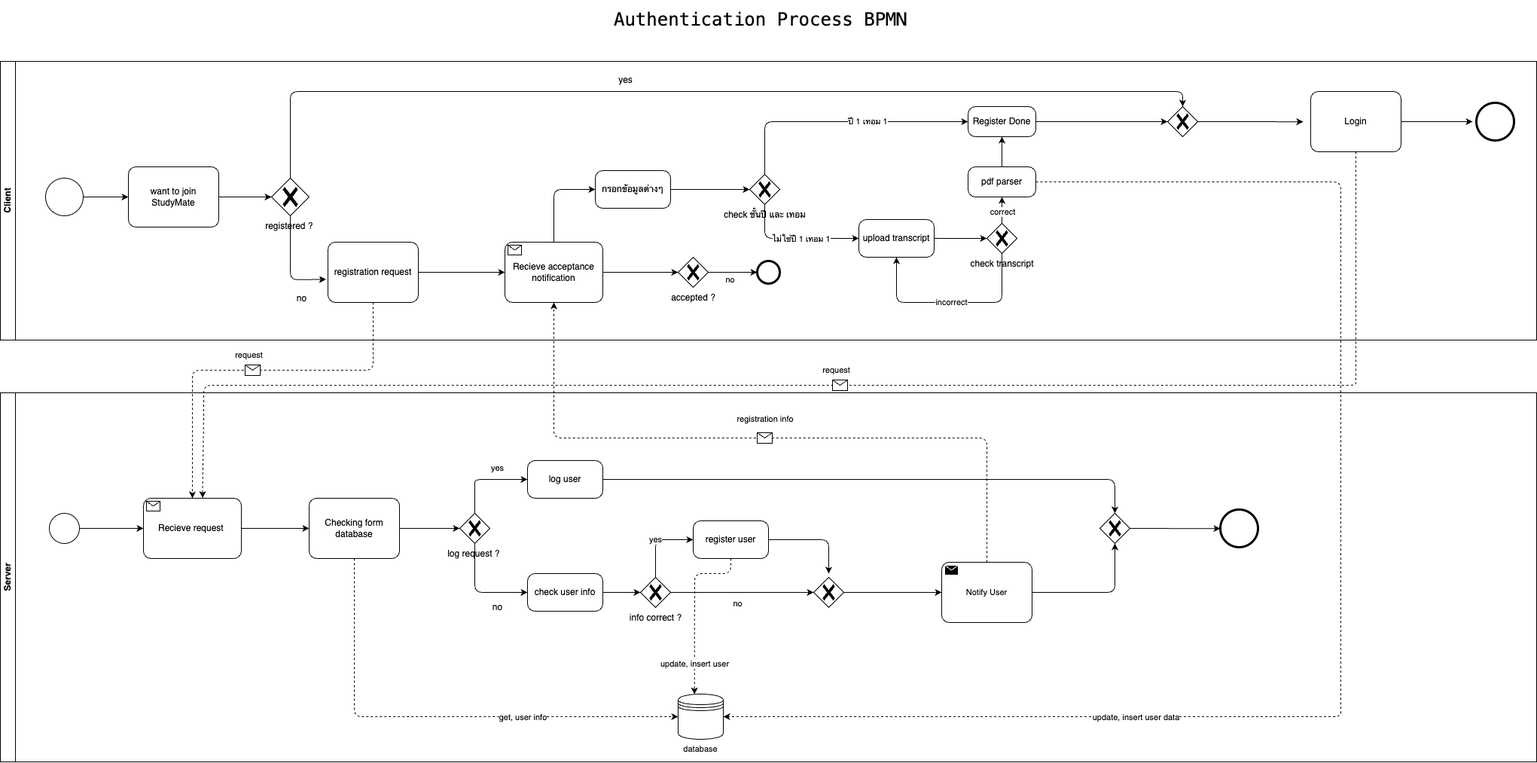
Earlier version of the draw.io export Auth_BPMN.drawio.png (thanatat64/CEPP-BPMN). Source tidied: cells renumbered, new cells last; positions are measured from the earlier drawing's top-left corner, leaving out a move shared by most shapes.
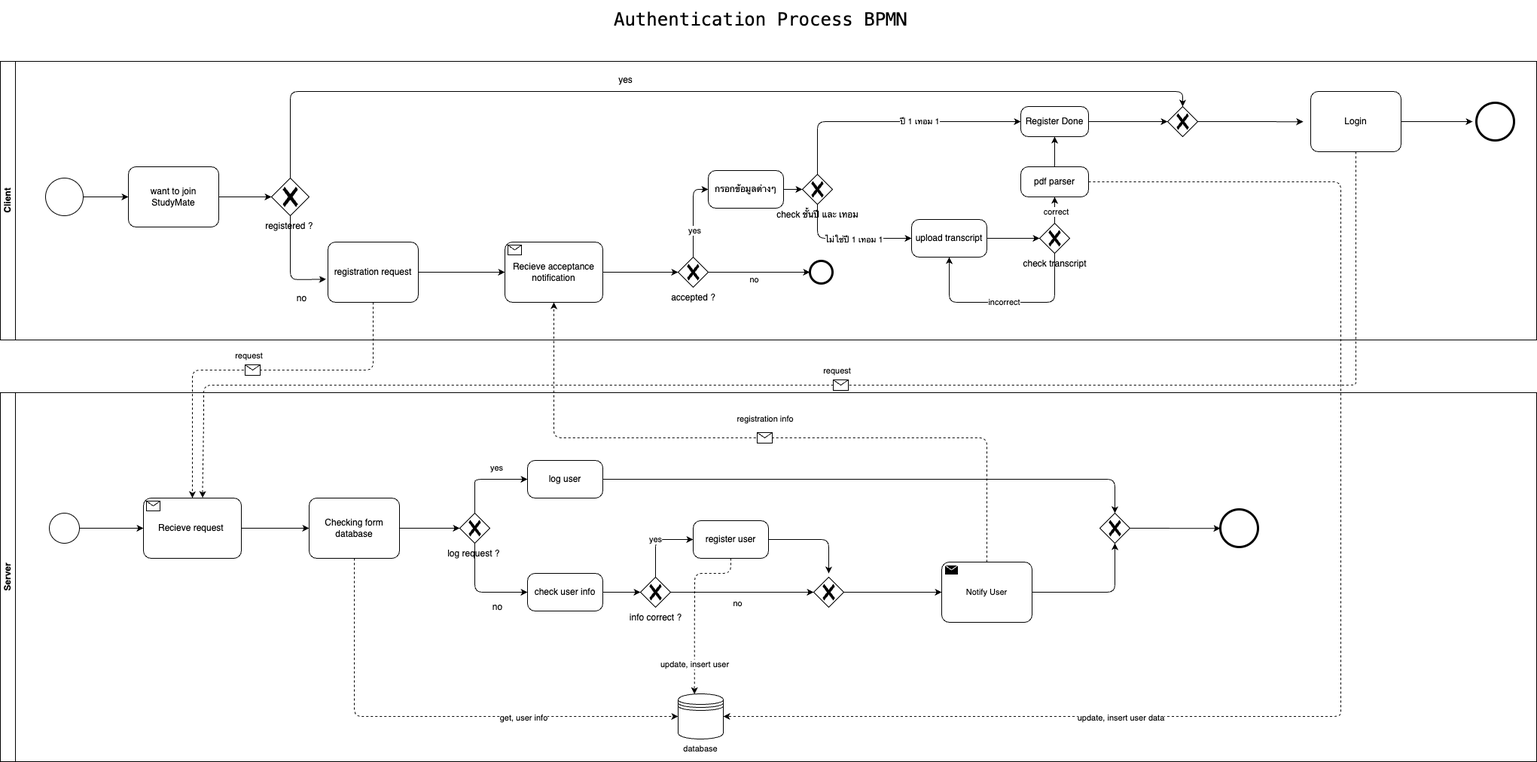
Above is the later version.

Commit message:
update auth bpmn

Change to the diagram source:
```diff
@@ -189,13 +189,16 @@
     <mxCell id="47" style="edgeStyle=none;shape=connector;rounded=1;html=1;exitX=1;exitY=0.5;exitDx=0;exitDy=0;exitPerimeter=0;entryX=0;entryY=0.5;entryDx=0;entryDy=0;entryPerimeter=0;labelBackgroundColor=default;strokeColor=default;fontFamily=Helvetica;fontSize=11;fontColor=default;endArrow=classic;" parent="33" edge="1" source="49" target="51">
       <mxGeometry relative="1" as="geometry" />
     </mxCell>
-    <mxCell id="48" style="edgeStyle=none;shape=connector;rounded=1;html=1;exitX=0.5;exitY=0;exitDx=0;exitDy=0;exitPerimeter=0;entryX=0;entryY=0.5;entryDx=0;entryDy=0;entryPerimeter=0;labelBackgroundColor=default;strokeColor=default;fontFamily=Helvetica;fontSize=11;fontColor=default;endArrow=classic;" parent="33" edge="1" source="49" target="55">
+    <mxCell id="48" style="edgeStyle=none;shape=connector;rounded=1;html=1;exitX=0.5;exitY=0;exitDx=0;exitDy=0;exitPerimeter=0;entryX=0;entryY=0.5;entryDx=0;entryDy=0;entryPerimeter=0;labelBackgroundColor=default;strokeColor=default;fontFamily=Helvetica;fontSize=11;fontColor=default;endArrow=classic;" parent="33" edge="1" source="51" target="55">
       <mxGeometry relative="1" as="geometry">
         <Array as="points">
-          <mxPoint x="735" y="170" />
+          <mxPoint x="920" y="170" />
         </Array>
       </mxGeometry>
     </mxCell>
+    <mxCell id="84" value="yes" style="edgeLabel;html=1;align=center;verticalAlign=middle;fontSize=11;fontFamily=Helvetica;fontColor=default;" parent="48" vertex="1">
+      <mxGeometry x="-0.35" y="-1" relative="1" as="geometry" />
+    </mxCell>
     <mxCell id="49" value="Recieve acceptance&lt;br&gt;notification" style="points=[[0.25,0,0],[0.5,0,0],[0.75,0,0],[1,0.25,0],[1,0.5,0],[1,0.75,0],[0.75,1,0],[0.5,1,0],[0.25,1,0],[0,0.75,0],[0,0.5,0],[0,0.25,0]];shape=mxgraph.bpmn.task;whiteSpace=wrap;rectStyle=rounded;size=10;html=1;taskMarker=receive;" parent="33" vertex="1">
       <mxGeometry x="670" y="240" width="130" height="80" as="geometry" />
     </mxCell>
@@ -211,18 +214,20 @@
       <mxGeometry x="1960" y="55" width="50" height="50" as="geometry" />
     </mxCell>
     <mxCell id="53" style="points=[[0.145,0.145,0],[0.5,0,0],[0.855,0.145,0],[1,0.5,0],[0.855,0.855,0],[0.5,1,0],[0.145,0.855,0],[0,0.5,0]];shape=mxgraph.bpmn.event;html=1;verticalLabelPosition=bottom;labelBackgroundColor=#ffffff;verticalAlign=top;align=center;perimeter=ellipsePerimeter;outlineConnect=0;outline=end;symbol=terminate2;fontFamily=Helvetica;fontSize=11;fontColor=default;" parent="33" vertex="1">
-      <mxGeometry x="1005" y="265" width="30" height="30" as="geometry" />
+      <mxGeometry x="1075" y="265" width="30" height="30" as="geometry" />
     </mxCell>
-    <mxCell id="54" style="edgeStyle=none;shape=connector;rounded=1;html=1;exitX=1;exitY=0.5;exitDx=0;exitDy=0;exitPerimeter=0;entryX=0;entryY=0.5;entryDx=0;entryDy=0;entryPerimeter=0;labelBackgroundColor=default;strokeColor=default;fontFamily=Helvetica;fontSize=11;fontColor=default;endArrow=classic;" parent="33" edge="1" source="55" target="59">
-      <mxGeometry relative="1" as="geometry" />
+    <mxCell id="54" style="edgeStyle=none;shape=connector;rounded=1;html=1;exitX=1;exitY=0.5;exitDx=0;exitDy=0;exitPerimeter=0;entryX=0;entryY=0.5;entryDx=0;entryDy=0;entryPerimeter=0;labelBackgroundColor=default;strokeColor=default;fontFamily=Helvetica;fontSize=11;fontColor=default;endArrow=classic;" parent="33" edge="1" target="59">
+      <mxGeometry relative="1" as="geometry">
+        <mxPoint x="1040" y="170" as="sourcePoint" />
+      </mxGeometry>
     </mxCell>
     <mxCell id="55" value="กรอกข้อมูลต่างๆ" style="points=[[0.25,0,0],[0.5,0,0],[0.75,0,0],[1,0.25,0],[1,0.5,0],[1,0.75,0],[0.75,1,0],[0.5,1,0],[0.25,1,0],[0,0.75,0],[0,0.5,0],[0,0.25,0]];shape=mxgraph.bpmn.task;whiteSpace=wrap;rectStyle=rounded;size=10;html=1;taskMarker=abstract;" parent="33" vertex="1">
-      <mxGeometry x="790" y="145" width="100" height="50" as="geometry" />
+      <mxGeometry x="940" y="145" width="100" height="50" as="geometry" />
     </mxCell>
     <mxCell id="56" style="edgeStyle=none;shape=connector;rounded=1;html=1;exitX=0.5;exitY=1;exitDx=0;exitDy=0;exitPerimeter=0;entryX=0;entryY=0.5;entryDx=0;entryDy=0;entryPerimeter=0;labelBackgroundColor=default;strokeColor=default;fontFamily=Helvetica;fontSize=11;fontColor=default;endArrow=classic;" parent="33" edge="1" source="59" target="61">
       <mxGeometry relative="1" as="geometry">
         <Array as="points">
-          <mxPoint x="1015" y="235" />
+          <mxPoint x="1085" y="235" />
         </Array>
       </mxGeometry>
     </mxCell>
@@ -234,18 +239,18 @@
     <mxCell id="58" value="ปี 1 เทอม 1" style="edgeStyle=none;shape=connector;rounded=1;html=1;exitX=0.5;exitY=0;exitDx=0;exitDy=0;exitPerimeter=0;labelBackgroundColor=default;strokeColor=default;fontFamily=Helvetica;fontSize=11;fontColor=default;endArrow=classic;entryX=0;entryY=0.5;entryDx=0;entryDy=0;entryPerimeter=0;" parent="33" edge="1" source="59" target="68">
       <mxGeometry x="0.22" relative="1" as="geometry">
         <Array as="points">
-          <mxPoint x="1015" y="80" />
+          <mxPoint x="1085" y="80" />
         </Array>
       </mxGeometry>
     </mxCell>
     <mxCell id="59" value="check ชั้นปี และ เทอม" style="points=[[0.25,0.25,0],[0.5,0,0],[0.75,0.25,0],[1,0.5,0],[0.75,0.75,0],[0.5,1,0],[0.25,0.75,0],[0,0.5,0]];shape=mxgraph.bpmn.gateway2;html=1;verticalLabelPosition=bottom;verticalAlign=top;align=center;perimeter=rhombusPerimeter;outlineConnect=0;outline=none;symbol=none;gwType=exclusive;" parent="33" vertex="1">
-      <mxGeometry x="995" y="150" width="40" height="40" as="geometry" />
+      <mxGeometry x="1065" y="150" width="40" height="40" as="geometry" />
     </mxCell>
     <mxCell id="60" style="edgeStyle=none;shape=connector;rounded=1;html=1;exitX=1;exitY=0.5;exitDx=0;exitDy=0;exitPerimeter=0;entryX=0;entryY=0.5;entryDx=0;entryDy=0;entryPerimeter=0;labelBackgroundColor=default;strokeColor=default;fontFamily=Helvetica;fontSize=11;fontColor=default;endArrow=classic;" parent="33" edge="1" source="61" target="66">
       <mxGeometry relative="1" as="geometry" />
     </mxCell>
     <mxCell id="61" value="upload transcript" style="points=[[0.25,0,0],[0.5,0,0],[0.75,0,0],[1,0.25,0],[1,0.5,0],[1,0.75,0],[0.75,1,0],[0.5,1,0],[0.25,1,0],[0,0.75,0],[0,0.5,0],[0,0.25,0]];shape=mxgraph.bpmn.task;whiteSpace=wrap;rectStyle=rounded;size=10;html=1;taskMarker=abstract;" parent="33" vertex="1">
-      <mxGeometry x="1140" y="210" width="100" height="50" as="geometry" />
+      <mxGeometry x="1210" y="210" width="100" height="50" as="geometry" />
     </mxCell>
     <mxCell id="62" style="points=[[0.25,0.25,0],[0.5,0,0],[0.75,0.25,0],[1,0.5,0],[0.75,0.75,0],[0.5,1,0],[0.25,0.75,0],[0,0.5,0]];shape=mxgraph.bpmn.gateway2;html=1;verticalLabelPosition=bottom;verticalAlign=top;align=center;perimeter=rhombusPerimeter;outlineConnect=0;outline=none;symbol=none;gwType=exclusive;" parent="33" vertex="1">
       <mxGeometry x="1550" y="60" width="40" height="40" as="geometry" />
@@ -253,33 +258,33 @@
     <mxCell id="63" value="incorrect" style="edgeStyle=none;shape=connector;rounded=1;html=1;entryX=0.5;entryY=1;entryDx=0;entryDy=0;entryPerimeter=0;labelBackgroundColor=default;strokeColor=default;fontFamily=Helvetica;fontSize=11;fontColor=default;endArrow=classic;" parent="33" edge="1" source="66" target="61">
       <mxGeometry relative="1" as="geometry">
         <Array as="points">
-          <mxPoint x="1330" y="320" />
-          <mxPoint x="1190" y="320" />
+          <mxPoint x="1400" y="320" />
+          <mxPoint x="1260" y="320" />
         </Array>
       </mxGeometry>
     </mxCell>
     <mxCell id="64" style="edgeStyle=none;shape=connector;rounded=1;html=1;exitX=0.5;exitY=0;exitDx=0;exitDy=0;exitPerimeter=0;labelBackgroundColor=default;strokeColor=default;fontFamily=Helvetica;fontSize=11;fontColor=default;endArrow=classic;" parent="33" edge="1" source="66">
       <mxGeometry relative="1" as="geometry">
-        <mxPoint x="1330" y="180" as="targetPoint" />
+        <mxPoint x="1400" y="180" as="targetPoint" />
       </mxGeometry>
     </mxCell>
     <mxCell id="65" value="correct" style="edgeLabel;html=1;align=center;verticalAlign=middle;fontSize=11;fontFamily=Helvetica;fontColor=default;" parent="64" vertex="1">
       <mxGeometry x="-0.13" y="-1" relative="1" as="geometry" />
     </mxCell>
     <mxCell id="66" value="check transcript" style="points=[[0.25,0.25,0],[0.5,0,0],[0.75,0.25,0],[1,0.5,0],[0.75,0.75,0],[0.5,1,0],[0.25,0.75,0],[0,0.5,0]];shape=mxgraph.bpmn.gateway2;html=1;verticalLabelPosition=bottom;verticalAlign=top;align=center;perimeter=rhombusPerimeter;outlineConnect=0;outline=none;symbol=none;gwType=exclusive;" parent="33" vertex="1">
-      <mxGeometry x="1310" y="215" width="40" height="40" as="geometry" />
+      <mxGeometry x="1380" y="215" width="40" height="40" as="geometry" />
     </mxCell>
     <mxCell id="67" style="edgeStyle=none;shape=connector;rounded=1;html=1;exitX=1;exitY=0.5;exitDx=0;exitDy=0;exitPerimeter=0;entryX=0;entryY=0.5;entryDx=0;entryDy=0;entryPerimeter=0;labelBackgroundColor=default;strokeColor=default;fontFamily=Helvetica;fontSize=11;fontColor=default;endArrow=classic;" parent="33" edge="1" source="68" target="62">
       <mxGeometry relative="1" as="geometry" />
     </mxCell>
     <mxCell id="68" value="Register Done" style="points=[[0.25,0,0],[0.5,0,0],[0.75,0,0],[1,0.25,0],[1,0.5,0],[1,0.75,0],[0.75,1,0],[0.5,1,0],[0.25,1,0],[0,0.75,0],[0,0.5,0],[0,0.25,0]];shape=mxgraph.bpmn.task;whiteSpace=wrap;rectStyle=rounded;size=10;html=1;taskMarker=abstract;" parent="33" vertex="1">
-      <mxGeometry x="1285" y="60" width="90" height="40" as="geometry" />
+      <mxGeometry x="1355" y="60" width="90" height="40" as="geometry" />
     </mxCell>
     <mxCell id="69" style="edgeStyle=none;shape=connector;rounded=1;html=1;exitX=0.5;exitY=0;exitDx=0;exitDy=0;exitPerimeter=0;entryX=0.5;entryY=1;entryDx=0;entryDy=0;entryPerimeter=0;labelBackgroundColor=default;strokeColor=default;fontFamily=Helvetica;fontSize=11;fontColor=default;startArrow=none;startFill=0;endArrow=classic;" parent="33" edge="1" source="70" target="68">
       <mxGeometry relative="1" as="geometry" />
     </mxCell>
     <mxCell id="70" value="pdf parser" style="points=[[0.25,0,0],[0.5,0,0],[0.75,0,0],[1,0.25,0],[1,0.5,0],[1,0.75,0],[0.75,1,0],[0.5,1,0],[0.25,1,0],[0,0.75,0],[0,0.5,0],[0,0.25,0]];shape=mxgraph.bpmn.task;whiteSpace=wrap;rectStyle=rounded;size=10;html=1;taskMarker=abstract;" parent="33" vertex="1">
-      <mxGeometry x="1285" y="140" width="90" height="40" as="geometry" />
+      <mxGeometry x="1355" y="140" width="90" height="40" as="geometry" />
     </mxCell>
     <mxCell id="71" style="endArrow=classic;html=1;rounded=1;dashed=1;labelBackgroundColor=default;strokeColor=default;fontFamily=Helvetica;fontSize=11;fontColor=default;shape=connector;exitX=0.5;exitY=1;exitDx=0;exitDy=0;exitPerimeter=0;entryX=0.5;entryY=0;entryDx=0;entryDy=0;entryPerimeter=0;" parent="1" edge="1" source="39" target="7">
       <mxGeometry relative="1" as="geometry">
```
